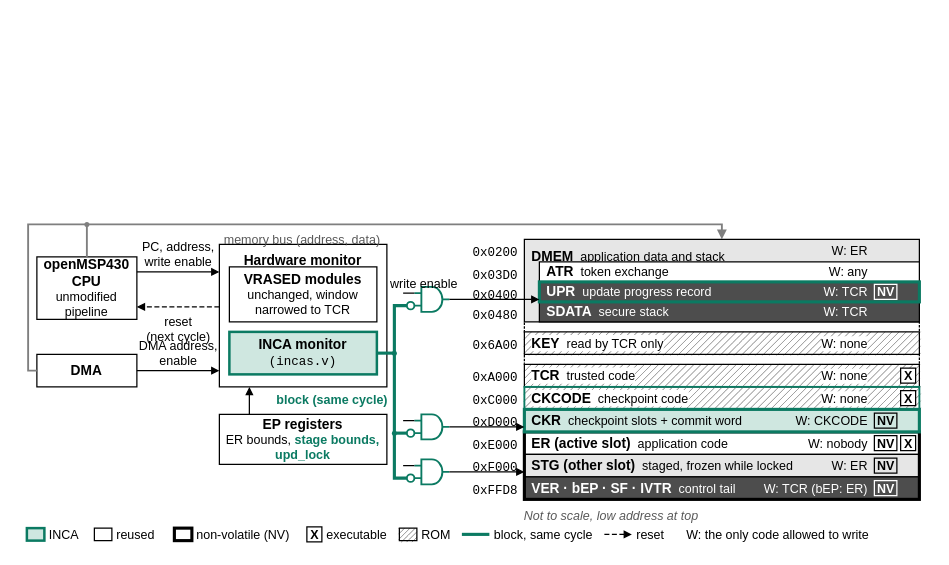
arkountos/drawio keeps this draw.io diagram as INCA_overview.drawio. Above is the earlier version. Source tidied: cells renumbered, new cells numbered last; positions are measured from the earlier drawing's top-left corner, leaving out a move shared by most shapes. Both pictures are drawn from the tidied source at 125%, with x=0, y=0 at pixel (26, 221).
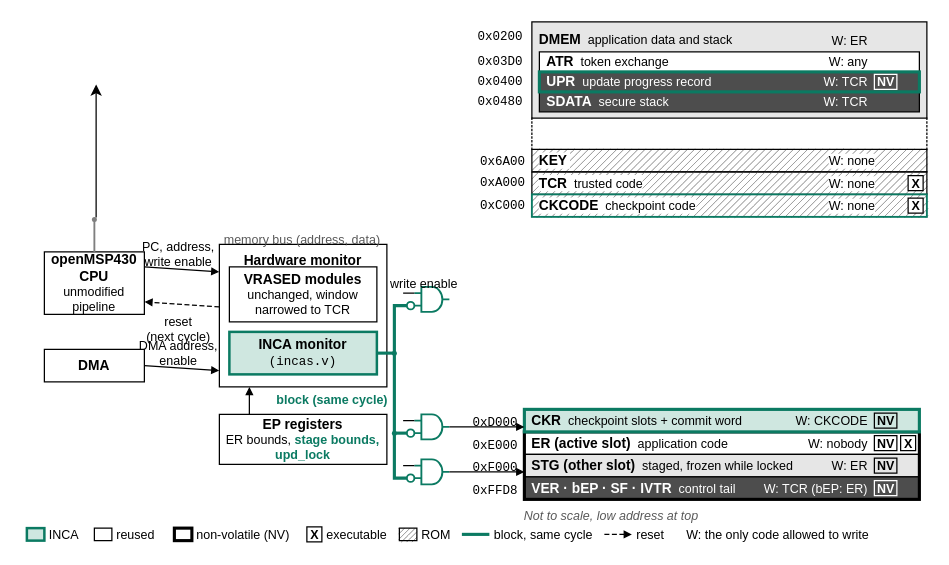
Above is the later version.

The change refers to these unchanged cells:
```xml
<mxCell id="67" style="shape=mxgraph.electrical.logic_gates.logic_gate;operation=and;html=1;fillColor=#FFFFFF;strokeColor=#0B7A62;strokeWidth=1.5;" parent="1" vertex="1">
  <mxGeometry x="310" y="52" width="28" height="20" as="geometry" />
</mxCell>
```

The edit, as a diff of the source:
```diff
@@
     <mxCell id="2" value="&lt;b style=&quot;font-size:11px&quot;&gt;openMSP430 CPU&lt;/b&gt;&lt;br&gt;unmodified pipeline" style="rounded=0;whiteSpace=wrap;html=1;fontFamily=Helvetica;fontSize=10;spacing=2;fillColor=#FFFFFF;strokeColor=#000000;fontColor=#000000;" parent="1" vertex="1">
-      <mxGeometry x="8" y="28" width="80" height="50" as="geometry" />
+      <mxGeometry x="14" y="24" width="80" height="50" as="geometry" />
     </mxCell>
     <mxCell id="3" value="&lt;b style=&quot;font-size:11px&quot;&gt;DMA&lt;/b&gt;" style="rounded=0;whiteSpace=wrap;html=1;fontFamily=Helvetica;fontSize=10;fillColor=#FFFFFF;strokeColor=#000000;fontColor=#000000;" parent="1" vertex="1">
-      <mxGeometry x="8" y="106" width="80" height="26" as="geometry" />
+      <mxGeometry x="14" y="102" width="80" height="26" as="geometry" />
     </mxCell>
@@
-    <mxCell id="15" style="html=1;endArrow=block;endSize=4;endFill=1;strokeColor=#7F7F7F;strokeWidth=1.5;edgeStyle=orthogonalEdgeStyle;rounded=0;exitX=0;exitY=0.5;exitDx=0;exitDy=0;entryX=0.5;entryY=0;entryDx=0;entryDy=0;" parent="1" edge="1" source="3" target="19">
-      <mxGeometry relative="1" as="geometry">
-        <Array as="points">
-          <mxPoint x="1" y="119" />
-          <mxPoint x="1" y="2" />
-          <mxPoint x="556" y="2" />
-        </Array>
-      </mxGeometry>
-    </mxCell>
     <mxCell id="16" style="html=1;endArrow=none;strokeColor=#7F7F7F;strokeWidth=1.5;exitX=0.5;exitY=0;exitDx=0;exitDy=0;" parent="1" edge="1" source="2">
       <mxGeometry relative="1" as="geometry">
-        <mxPoint x="48" y="2" as="targetPoint" />
+        <mxPoint x="54" y="-2" as="targetPoint" />
       </mxGeometry>
     </mxCell>
+    <mxCell id="104" style="edgeStyle=orthogonalEdgeStyle;rounded=0;jettySize=auto;html=1;exitX=1;exitY=0;exitDx=0;exitDy=0;" parent="1" edge="1" source="17">
+      <mxGeometry relative="1" as="geometry">
+        <mxPoint x="55.4" y="-109.9" as="targetPoint" />
+      </mxGeometry>
+    </mxCell>
     <mxCell id="17" style="ellipse;html=1;fillColor=#7F7F7F;strokeColor=none;" parent="1" vertex="1">
-      <mxGeometry x="46" width="4" height="4" as="geometry" />
+      <mxGeometry x="52" y="-4" width="4" height="4" as="geometry" />
     </mxCell>
@@
     <mxCell id="19" value="&lt;b style=&quot;font-size:11px&quot;&gt;DMEM&lt;/b&gt;&amp;nbsp;&amp;nbsp;application data and stack" style="rounded=0;whiteSpace=wrap;html=1;align=left;verticalAlign=top;spacingTop=1;spacingLeft=4;fontFamily=Helvetica;fontSize=10;fillColor=#E6E6E6;strokeColor=#000000;strokeWidth=1;fontColor=#000000;" parent="1" vertex="1">
-      <mxGeometry x="398" y="14" width="316" height="66" as="geometry" />
+      <mxGeometry x="404" y="-160" width="316" height="77" as="geometry" />
     </mxCell>
     <mxCell id="20" value="W: ER" style="text;html=1;align=right;verticalAlign=middle;fontFamily=Helvetica;fontSize=10;spacing=0;spacingRight=2;fontColor=#000000;" parent="1" vertex="1">
-      <mxGeometry x="604" y="14" width="70" height="18" as="geometry" />
+      <mxGeometry x="604" y="-154" width="70" height="18" as="geometry" />
     </mxCell>
     <mxCell id="21" value="&lt;b style=&quot;font-size:11px&quot;&gt;ATR&lt;/b&gt;&amp;nbsp;&amp;nbsp;token exchange" style="rounded=0;whiteSpace=wrap;html=1;align=left;verticalAlign=middle;spacingLeft=4;fontFamily=Helvetica;fontSize=10;fillColor=#FFFFFF;strokeColor=#000000;strokeWidth=1;fontColor=#000000;" parent="1" vertex="1">
-      <mxGeometry x="410" y="32" width="304" height="16" as="geometry" />
+      <mxGeometry x="410" y="-136" width="304" height="16" as="geometry" />
     </mxCell>
     <mxCell id="22" value="W: any" style="text;html=1;align=right;verticalAlign=middle;fontFamily=Helvetica;fontSize=10;spacing=0;spacingRight=2;fontColor=#000000;" parent="1" vertex="1">
-      <mxGeometry x="604" y="32" width="70" height="16" as="geometry" />
+      <mxGeometry x="604" y="-136" width="70" height="16" as="geometry" />
     </mxCell>
     <mxCell id="23" value="&lt;b style=&quot;font-size:11px&quot;&gt;SDATA&lt;/b&gt;&amp;nbsp;&amp;nbsp;secure stack" style="rounded=0;whiteSpace=wrap;html=1;align=left;verticalAlign=middle;spacingLeft=4;fontFamily=Helvetica;fontSize=10;fillColor=#4D4D4D;strokeColor=#000000;strokeWidth=1;fontColor=#FFFFFF;" parent="1" vertex="1">
-      <mxGeometry x="410" y="64" width="304" height="16" as="geometry" />
+      <mxGeometry x="410" y="-104" width="304" height="16" as="geometry" />
     </mxCell>
     <mxCell id="24" value="W: TCR" style="text;html=1;align=right;verticalAlign=middle;fontFamily=Helvetica;fontSize=10;spacing=0;spacingRight=2;fontColor=#FFFFFF;" parent="1" vertex="1">
-      <mxGeometry x="604" y="64" width="70" height="16" as="geometry" />
+      <mxGeometry x="604" y="-104" width="70" height="16" as="geometry" />
     </mxCell>
     <mxCell id="25" value="&lt;b style=&quot;font-size:11px&quot;&gt;UPR&lt;/b&gt;&amp;nbsp;&amp;nbsp;update progress record" style="rounded=0;whiteSpace=wrap;html=1;align=left;verticalAlign=middle;spacingLeft=4;fontFamily=Helvetica;fontSize=10;fillColor=#4D4D4D;strokeColor=#0B7A62;strokeWidth=2.5;fontColor=#FFFFFF;" parent="1" vertex="1">
-      <mxGeometry x="410" y="48" width="304" height="16" as="geometry" />
+      <mxGeometry x="410" y="-120" width="304" height="16" as="geometry" />
     </mxCell>
     <mxCell id="26" value="W: TCR" style="text;html=1;align=right;verticalAlign=middle;fontFamily=Helvetica;fontSize=10;spacing=0;spacingRight=2;fontColor=#FFFFFF;" parent="1" vertex="1">
-      <mxGeometry x="604" y="48" width="70" height="16" as="geometry" />
+      <mxGeometry x="604" y="-120" width="70" height="16" as="geometry" />
     </mxCell>
     <mxCell id="27" value="NV" style="rounded=0;html=1;fontFamily=Helvetica;fontSize=10;fontStyle=1;spacing=0;fillColor=none;strokeColor=#FFFFFF;fontColor=#FFFFFF;" parent="1" vertex="1">
-      <mxGeometry x="678" y="50" width="18" height="12" as="geometry" />
+      <mxGeometry x="678" y="-118" width="18" height="12" as="geometry" />
     </mxCell>
     <mxCell id="28" style="shape=partialRectangle;top=0;bottom=0;left=1;right=1;html=1;fillColor=none;dashed=1;dashPattern=1 2;strokeColor=#000000;" parent="1" vertex="1">
-      <mxGeometry x="398" y="80" width="316" height="8" as="geometry" />
+      <mxGeometry x="404" y="-83" width="316" height="25" as="geometry" />
     </mxCell>
     <mxCell id="29" style="rounded=0;html=1;sketch=1;curveFitting=1;jiggle=0;fillStyle=hatch;hachureGap=4;hachureAngle=-45;fillWeight=0.6;fillColor=#9A9A9A;strokeColor=none;" parent="1" vertex="1">
-      <mxGeometry x="398" y="88" width="316" height="18" as="geometry" />
+      <mxGeometry x="404" y="-58" width="316" height="18" as="geometry" />
     </mxCell>
-    <mxCell id="30" value="&lt;b style=&quot;font-size:11px&quot;&gt;KEY&lt;/b&gt;&amp;nbsp;&amp;nbsp;read by TCR only" style="rounded=0;whiteSpace=wrap;html=1;align=left;verticalAlign=middle;spacingLeft=4;fontFamily=Helvetica;fontSize=10;fillColor=none;strokeColor=#000000;strokeWidth=1;fontColor=#000000;labelBackgroundColor=#FFFFFF;" parent="1" vertex="1">
-      <mxGeometry x="398" y="88" width="316" height="18" as="geometry" />
+    <mxCell id="30" value="&lt;b style=&quot;font-size:11px&quot;&gt;KEY&lt;/b&gt;&amp;nbsp;" style="rounded=0;whiteSpace=wrap;html=1;align=left;verticalAlign=middle;spacingLeft=4;fontFamily=Helvetica;fontSize=10;fillColor=none;strokeColor=#000000;strokeWidth=1;fontColor=#000000;labelBackgroundColor=#FFFFFF;" parent="1" vertex="1">
+      <mxGeometry x="404" y="-58" width="316" height="18" as="geometry" />
     </mxCell>
     <mxCell id="31" value="W: none" style="text;html=1;align=right;verticalAlign=middle;fontFamily=Helvetica;fontSize=10;spacing=0;spacingRight=2;fontColor=#000000;labelBackgroundColor=#FFFFFF;" parent="1" vertex="1">
-      <mxGeometry x="604" y="88" width="70" height="18" as="geometry" />
+      <mxGeometry x="610" y="-58" width="70" height="18" as="geometry" />
     </mxCell>
-    <mxCell id="32" style="shape=partialRectangle;top=0;bottom=0;left=1;right=1;html=1;fillColor=none;dashed=1;dashPattern=1 2;strokeColor=#000000;" parent="1" vertex="1">
-      <mxGeometry x="398" y="106" width="316" height="8" as="geometry" />
-    </mxCell>
     <mxCell id="33" style="rounded=0;html=1;sketch=1;curveFitting=1;jiggle=0;fillStyle=hatch;hachureGap=4;hachureAngle=-45;fillWeight=0.6;fillColor=#9A9A9A;strokeColor=none;" parent="1" vertex="1">
-      <mxGeometry x="398" y="114" width="316" height="18" as="geometry" />
+      <mxGeometry x="404" y="-40" width="316" height="18" as="geometry" />
     </mxCell>
     <mxCell id="34" value="&lt;b style=&quot;font-size:11px&quot;&gt;TCR&lt;/b&gt;&amp;nbsp;&amp;nbsp;trusted code" style="rounded=0;whiteSpace=wrap;html=1;align=left;verticalAlign=middle;spacingLeft=4;fontFamily=Helvetica;fontSize=10;fillColor=none;strokeColor=#000000;strokeWidth=1;fontColor=#000000;labelBackgroundColor=#FFFFFF;" parent="1" vertex="1">
-      <mxGeometry x="398" y="114" width="316" height="18" as="geometry" />
+      <mxGeometry x="404" y="-40" width="316" height="18" as="geometry" />
     </mxCell>
     <mxCell id="35" value="W: none" style="text;html=1;align=right;verticalAlign=middle;fontFamily=Helvetica;fontSize=10;spacing=0;spacingRight=2;fontColor=#000000;labelBackgroundColor=#FFFFFF;" parent="1" vertex="1">
-      <mxGeometry x="604" y="114" width="70" height="18" as="geometry" />
+      <mxGeometry x="610" y="-40" width="70" height="18" as="geometry" />
     </mxCell>
     <mxCell id="36" value="X" style="rounded=0;html=1;fontFamily=Helvetica;fontSize=10;fontStyle=1;spacing=0;fillColor=#FFFFFF;strokeColor=#000000;fontColor=#000000;" parent="1" vertex="1">
-      <mxGeometry x="699" y="117" width="12" height="12" as="geometry" />
+      <mxGeometry x="705" y="-37" width="12" height="12" as="geometry" />
     </mxCell>
     <mxCell id="37" style="rounded=0;html=1;sketch=1;curveFitting=1;jiggle=0;fillStyle=hatch;hachureGap=4;hachureAngle=-45;fillWeight=0.6;fillColor=#9A9A9A;strokeColor=none;" parent="1" vertex="1">
-      <mxGeometry x="398" y="132" width="316" height="18" as="geometry" />
+      <mxGeometry x="404" y="-22" width="316" height="18" as="geometry" />
     </mxCell>
     <mxCell id="38" value="&lt;b style=&quot;font-size:11px&quot;&gt;CKCODE&lt;/b&gt;&amp;nbsp;&amp;nbsp;checkpoint code" style="rounded=0;whiteSpace=wrap;html=1;align=left;verticalAlign=middle;spacingLeft=4;fontFamily=Helvetica;fontSize=10;fillColor=none;strokeColor=#0B7A62;strokeWidth=1.5;fontColor=#000000;labelBackgroundColor=#FFFFFF;" parent="1" vertex="1">
-      <mxGeometry x="398" y="132" width="316" height="18" as="geometry" />
+      <mxGeometry x="404" y="-22" width="316" height="18" as="geometry" />
     </mxCell>
     <mxCell id="39" value="W: none" style="text;html=1;align=right;verticalAlign=middle;fontFamily=Helvetica;fontSize=10;spacing=0;spacingRight=2;fontColor=#000000;labelBackgroundColor=#FFFFFF;" parent="1" vertex="1">
-      <mxGeometry x="604" y="132" width="70" height="18" as="geometry" />
+      <mxGeometry x="610" y="-22" width="70" height="18" as="geometry" />
     </mxCell>
     <mxCell id="40" value="X" style="rounded=0;html=1;fontFamily=Helvetica;fontSize=10;fontStyle=1;spacing=0;fillColor=#FFFFFF;strokeColor=#000000;fontColor=#000000;" parent="1" vertex="1">
-      <mxGeometry x="699" y="135" width="12" height="12" as="geometry" />
+      <mxGeometry x="705" y="-19" width="12" height="12" as="geometry" />
     </mxCell>
@@
     <mxCell id="55" value="0x0200" style="text;html=1;align=right;verticalAlign=top;fontFamily=Courier New;fontSize=10;spacing=0;spacingRight=2;fontColor=#000000;" parent="1" vertex="1">
-      <mxGeometry x="344" y="15" width="50" height="12" as="geometry" />
+      <mxGeometry x="348" y="-158" width="50" height="12" as="geometry" />
     </mxCell>
     <mxCell id="56" value="0x03D0" style="text;html=1;align=right;verticalAlign=top;fontFamily=Courier New;fontSize=10;spacing=0;spacingRight=2;fontColor=#000000;" parent="1" vertex="1">
-      <mxGeometry x="344" y="33" width="50" height="12" as="geometry" />
+      <mxGeometry x="348" y="-138" width="50" height="12" as="geometry" />
     </mxCell>
     <mxCell id="57" value="0x0400" style="text;html=1;align=right;verticalAlign=top;fontFamily=Courier New;fontSize=10;spacing=0;spacingRight=2;fontColor=#000000;" parent="1" vertex="1">
-      <mxGeometry x="344" y="49" width="50" height="12" as="geometry" />
+      <mxGeometry x="348" y="-122" width="50" height="12" as="geometry" />
     </mxCell>
     <mxCell id="58" value="0x0480" style="text;html=1;align=right;verticalAlign=top;fontFamily=Courier New;fontSize=10;spacing=0;spacingRight=2;fontColor=#000000;" parent="1" vertex="1">
-      <mxGeometry x="344" y="65" width="50" height="12" as="geometry" />
+      <mxGeometry x="348" y="-106" width="50" height="12" as="geometry" />
     </mxCell>
     <mxCell id="59" value="0x6A00" style="text;html=1;align=right;verticalAlign=top;fontFamily=Courier New;fontSize=10;spacing=0;spacingRight=2;fontColor=#000000;" parent="1" vertex="1">
-      <mxGeometry x="344" y="89" width="50" height="12" as="geometry" />
+      <mxGeometry x="350" y="-58" width="50" height="12" as="geometry" />
     </mxCell>
     <mxCell id="60" value="0xA000" style="text;html=1;align=right;verticalAlign=top;fontFamily=Courier New;fontSize=10;spacing=0;spacingRight=2;fontColor=#000000;" parent="1" vertex="1">
-      <mxGeometry x="344" y="115" width="50" height="12" as="geometry" />
+      <mxGeometry x="350" y="-41" width="50" height="12" as="geometry" />
     </mxCell>
     <mxCell id="61" value="0xC000" style="text;html=1;align=right;verticalAlign=top;fontFamily=Courier New;fontSize=10;spacing=0;spacingRight=2;fontColor=#000000;" parent="1" vertex="1">
-      <mxGeometry x="344" y="133" width="50" height="12" as="geometry" />
+      <mxGeometry x="350" y="-23" width="50" height="12" as="geometry" />
     </mxCell>
@@
-    <mxCell id="85" style="html=1;endArrow=block;endSize=4;endFill=1;strokeColor=#000000;strokeWidth=1;exitX=1;exitY=0.5;exitDx=0;exitDy=0;entryX=0;entryY=0.875;entryDx=0;entryDy=0;" parent="1" edge="1" source="67" target="25">
-      <mxGeometry relative="1" as="geometry" />
-    </mxCell>
```
